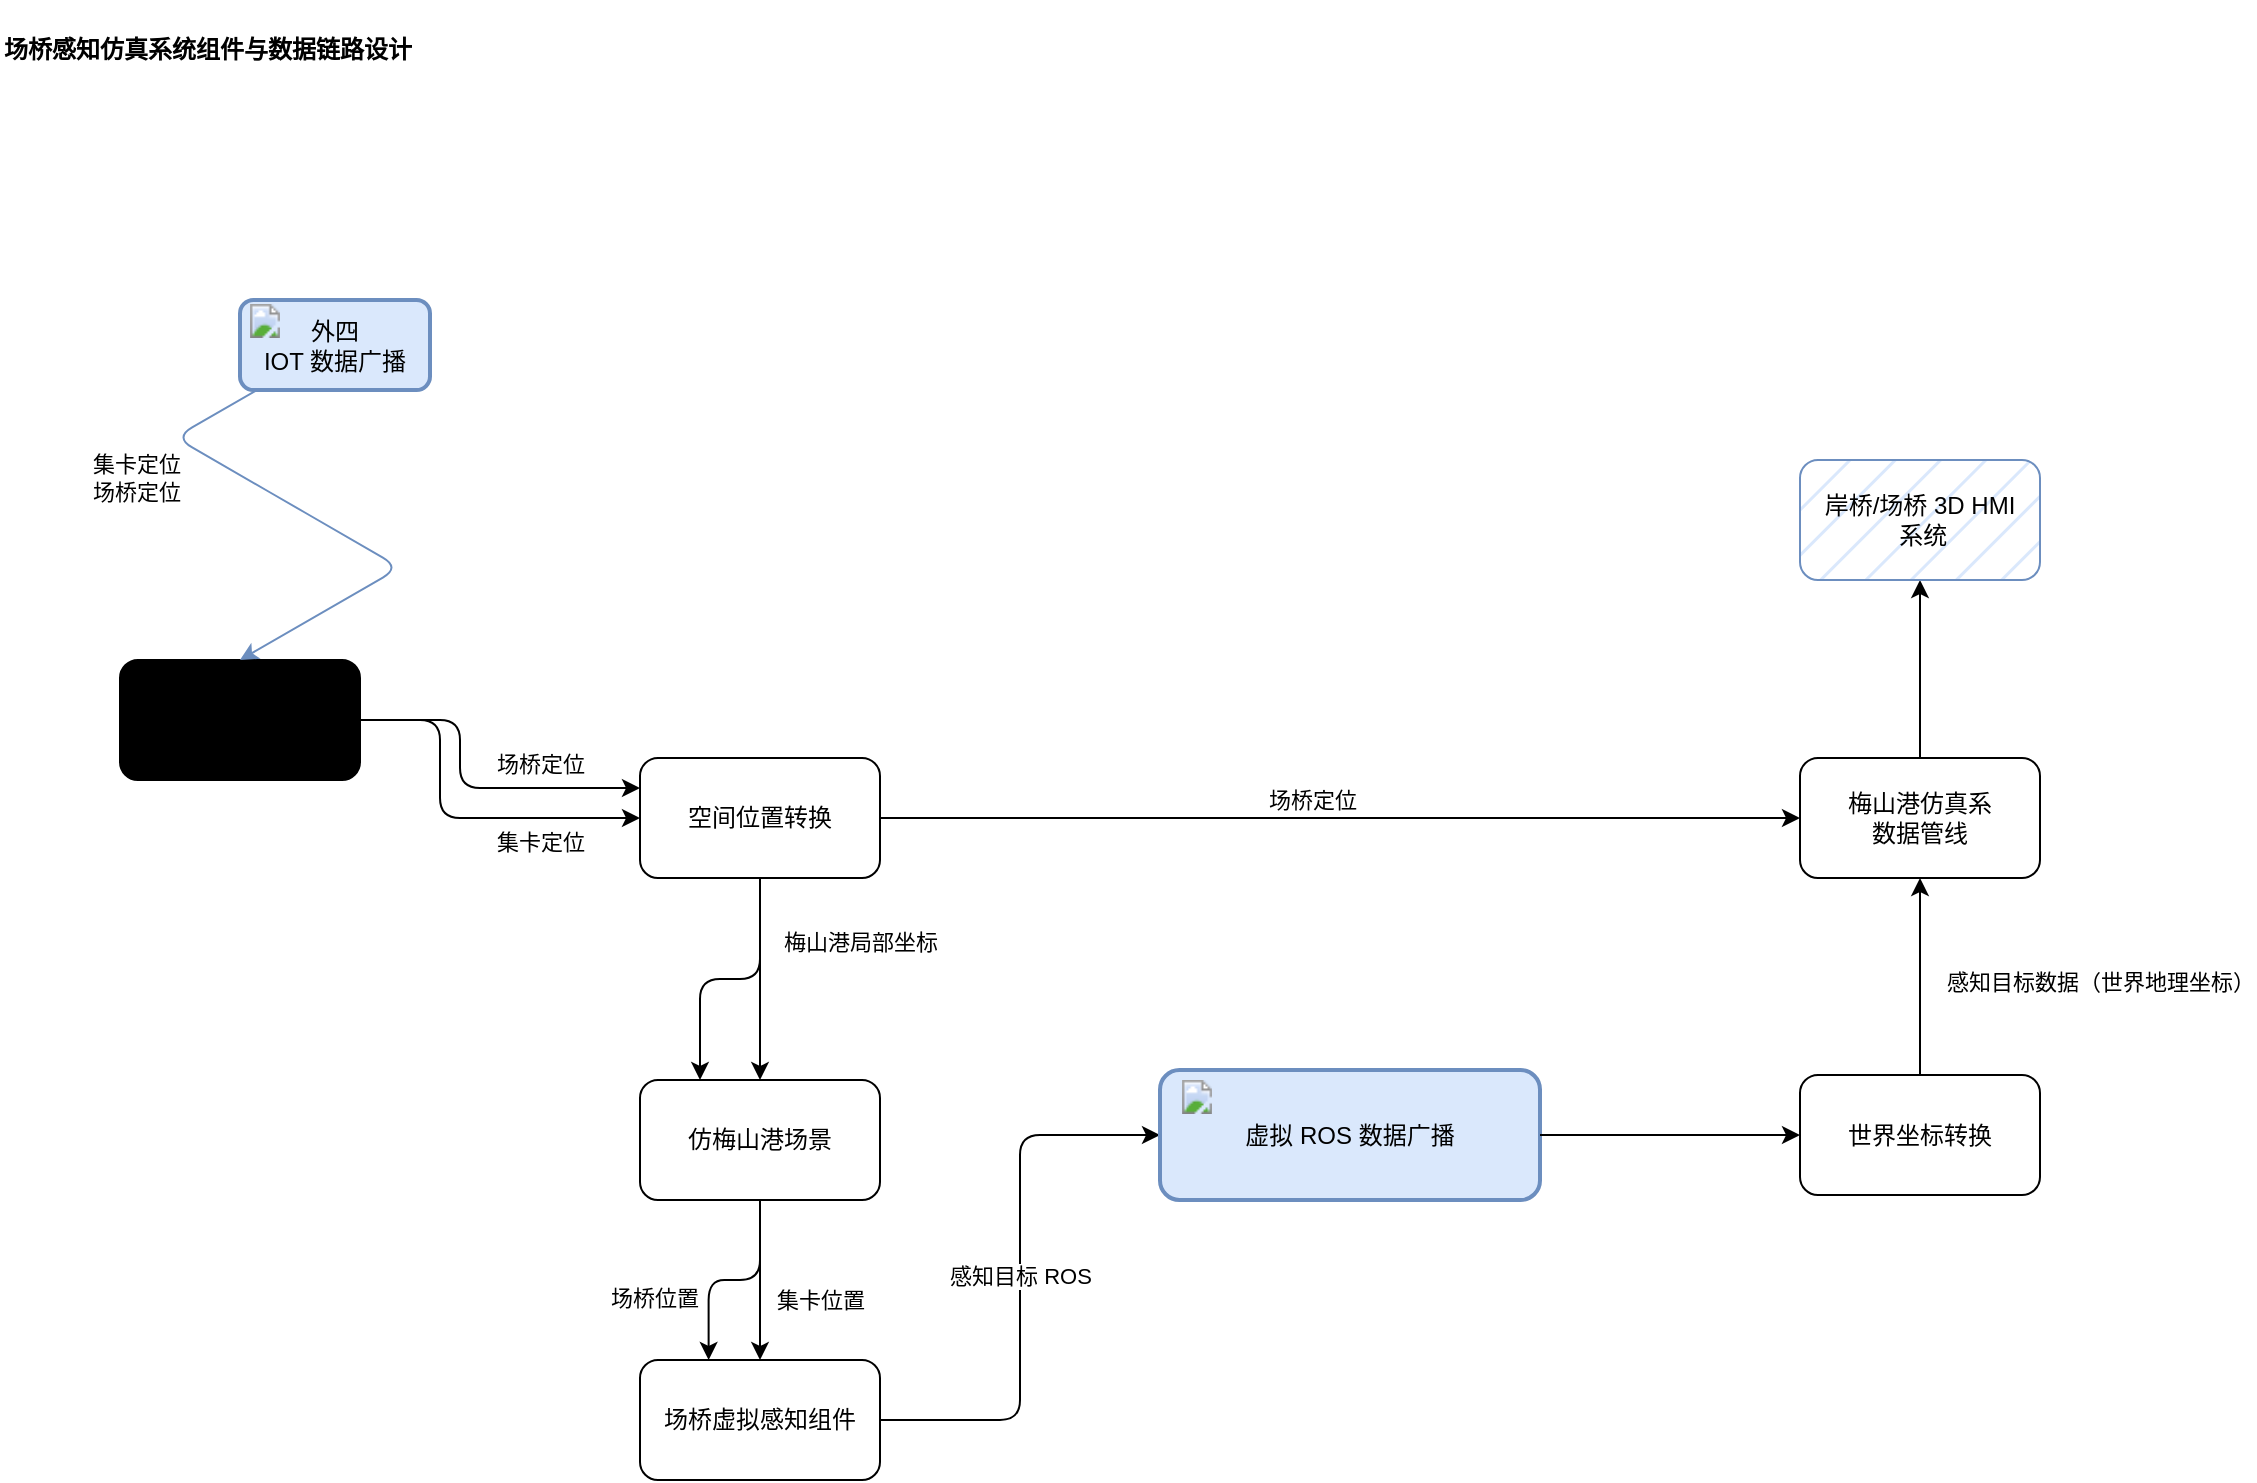
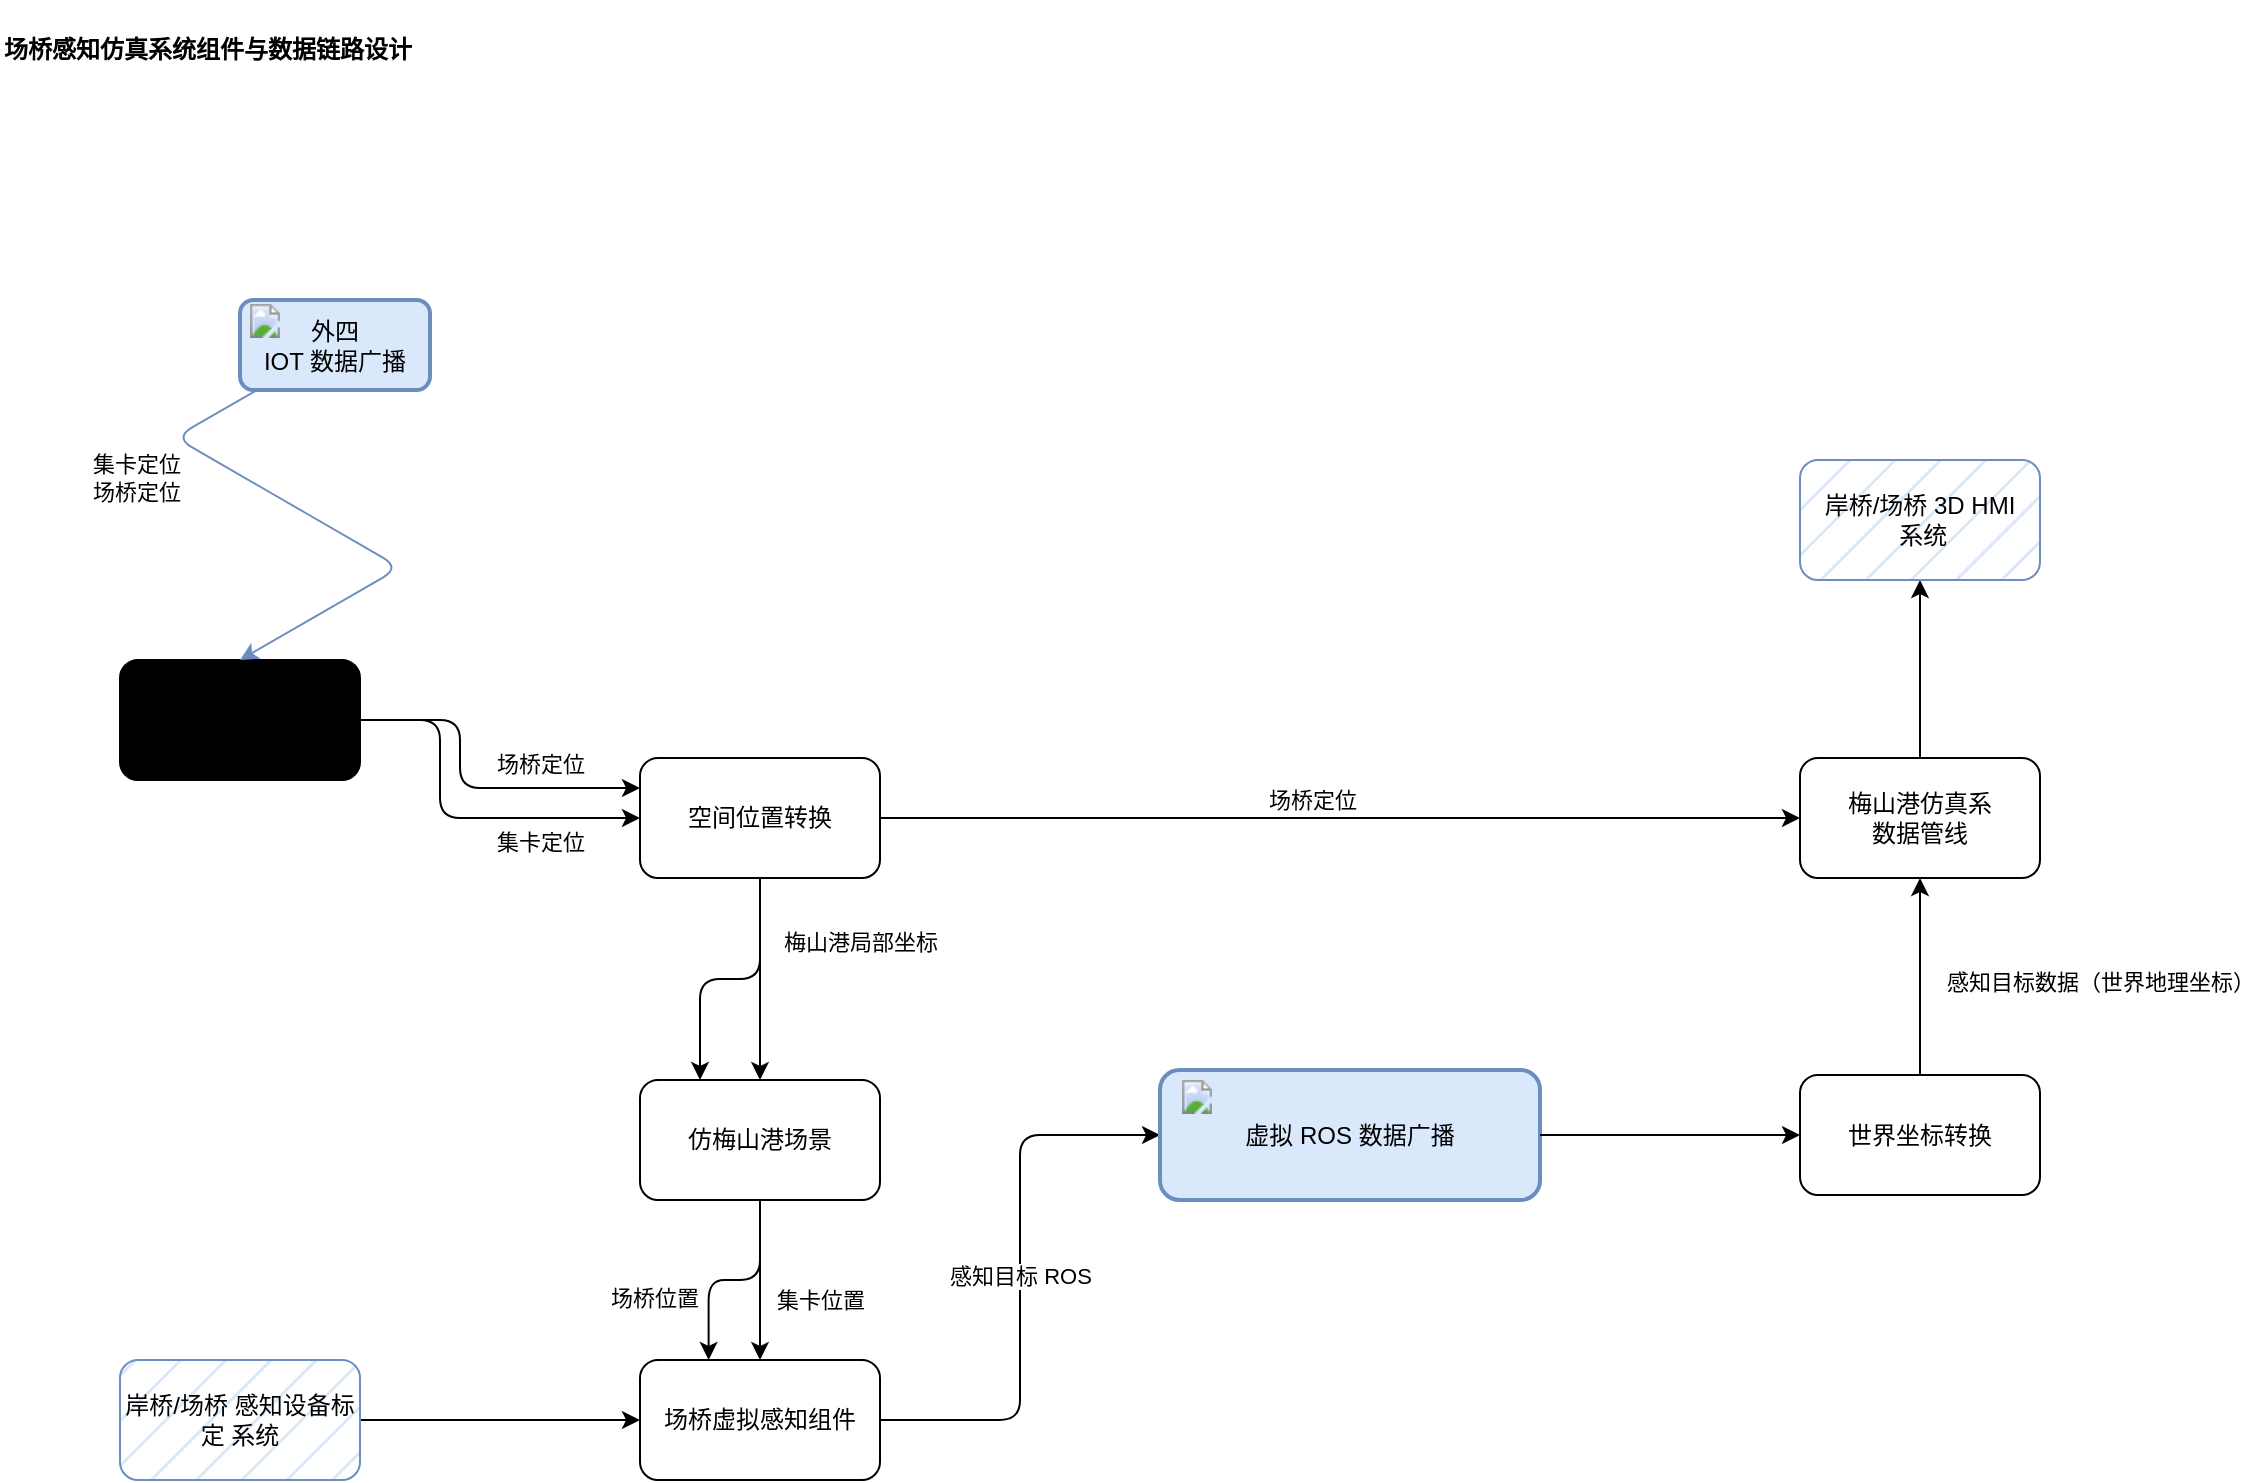
<mxfile host="app.diagrams.net">
  <diagram name="Page-1" id="BT0UFU37oAvm-0r1lB1w">
    <mxGraphModel dx="1672" dy="1820" grid="1" gridSize="7" guides="1" tooltips="1" connect="1" arrows="1" fold="1" page="1" pageScale="1" pageWidth="827" pageHeight="1169" math="0" shadow="0">
      <root>
        <mxCell id="0" />
        <mxCell id="1" parent="0" />
        <mxCell id="ZpX4doptbyCpLkaODE3u-4" edge="1" parent="1" source="ZpX4doptbyCpLkaODE3u-1" style="edgeStyle=orthogonalEdgeStyle;rounded=1;orthogonalLoop=1;jettySize=auto;html=1;entryX=0;entryY=0.25;entryDx=0;entryDy=0;exitX=1;exitY=0.5;exitDx=0;exitDy=0;curved=0;" target="ZpX4doptbyCpLkaODE3u-2">
          <mxGeometry relative="1" as="geometry">
            <Array as="points">
              <mxPoint x="250" y="250" />
              <mxPoint x="250" y="284" />
            </Array>
          </mxGeometry>
        </mxCell>
        <mxCell id="ZpX4doptbyCpLkaODE3u-37" connectable="0" parent="ZpX4doptbyCpLkaODE3u-4" style="edgeLabel;html=1;align=center;verticalAlign=middle;resizable=0;points=[];" value="场桥定位" vertex="1">
          <mxGeometry relative="1" x="0.3235" y="1" as="geometry">
            <mxPoint x="9" y="-11" as="offset" />
          </mxGeometry>
        </mxCell>
        <mxCell id="ZpX4doptbyCpLkaODE3u-13" edge="1" parent="1" source="ZpX4doptbyCpLkaODE3u-1" style="rounded=1;orthogonalLoop=1;jettySize=auto;html=1;exitX=1;exitY=0.5;exitDx=0;exitDy=0;entryX=0;entryY=0.5;entryDx=0;entryDy=0;edgeStyle=orthogonalEdgeStyle;" target="ZpX4doptbyCpLkaODE3u-2">
          <mxGeometry relative="1" as="geometry">
            <Array as="points">
              <mxPoint x="240" y="250" />
              <mxPoint x="240" y="299" />
            </Array>
            <mxPoint x="290" y="350" as="targetPoint" />
          </mxGeometry>
        </mxCell>
        <mxCell id="ZpX4doptbyCpLkaODE3u-27" connectable="0" parent="ZpX4doptbyCpLkaODE3u-13" style="edgeLabel;html=1;align=center;verticalAlign=middle;resizable=0;points=[];" value="集卡定位" vertex="1">
          <mxGeometry relative="1" x="-0.3281" y="-3" as="geometry">
            <mxPoint x="53" y="37" as="offset" />
          </mxGeometry>
        </mxCell>
        <mxCell id="ZpX4doptbyCpLkaODE3u-25" edge="1" parent="1" source="ZpX4doptbyCpLkaODE3u-2" style="rounded=1;orthogonalLoop=1;jettySize=auto;html=1;entryX=0;entryY=0.5;entryDx=0;entryDy=0;exitX=1;exitY=0.5;exitDx=0;exitDy=0;" target="ZpX4doptbyCpLkaODE3u-14">
          <mxGeometry relative="1" as="geometry" />
        </mxCell>
        <mxCell id="ZpX4doptbyCpLkaODE3u-26" connectable="0" parent="ZpX4doptbyCpLkaODE3u-25" style="edgeLabel;html=1;align=center;verticalAlign=middle;resizable=0;points=[];" value="场桥位置" vertex="1">
          <mxGeometry relative="1" x="-0.2229" y="3" as="geometry">
            <mxPoint x="-271" y="-9" as="offset" />
          </mxGeometry>
        </mxCell>
        <mxCell id="ZpX4doptbyCpLkaODE3u-38" connectable="0" parent="ZpX4doptbyCpLkaODE3u-25" style="edgeLabel;html=1;align=center;verticalAlign=middle;resizable=0;points=[];" value="场桥定位" vertex="1">
          <mxGeometry relative="1" x="-0.0609" y="2" as="geometry">
            <mxPoint y="-7" as="offset" />
          </mxGeometry>
        </mxCell>
        <mxCell id="ZpX4doptbyCpLkaODE3u-1" parent="1" style="rounded=1;whiteSpace=wrap;html=1;fillStyle=hatch;fillColor=light-dark(#FFFFFF,#4D4D4D);" value="外四数据管线" vertex="1">
          <mxGeometry height="60" width="120" x="80" y="220" as="geometry" />
        </mxCell>
        <mxCell id="ZpX4doptbyCpLkaODE3u-39" edge="1" parent="1" source="ZpX4doptbyCpLkaODE3u-2" style="edgeStyle=orthogonalEdgeStyle;rounded=1;orthogonalLoop=1;jettySize=auto;html=1;entryX=0.25;entryY=0;entryDx=0;entryDy=0;curved=0;" target="ZpX4doptbyCpLkaODE3u-3">
          <mxGeometry relative="1" as="geometry" />
        </mxCell>
        <mxCell id="ZpX4doptbyCpLkaODE3u-2" parent="1" style="rounded=1;whiteSpace=wrap;html=1;" value="空间位置转换" vertex="1">
          <mxGeometry height="60" width="120" x="340" y="269" as="geometry" />
        </mxCell>
        <mxCell id="ZpX4doptbyCpLkaODE3u-8" edge="1" parent="1" source="ZpX4doptbyCpLkaODE3u-3" style="edgeStyle=orthogonalEdgeStyle;rounded=0;orthogonalLoop=1;jettySize=auto;html=1;entryX=0.5;entryY=0;entryDx=0;entryDy=0;" target="ZpX4doptbyCpLkaODE3u-6">
          <mxGeometry relative="1" as="geometry" />
        </mxCell>
        <mxCell id="ZpX4doptbyCpLkaODE3u-32" connectable="0" parent="ZpX4doptbyCpLkaODE3u-8" style="edgeLabel;html=1;align=center;verticalAlign=middle;resizable=0;points=[];" value="集卡位置" vertex="1">
          <mxGeometry relative="1" x="-0.2964" y="-2" as="geometry">
            <mxPoint x="32" y="22" as="offset" />
          </mxGeometry>
        </mxCell>
        <mxCell id="ZpX4doptbyCpLkaODE3u-3" parent="1" style="rounded=1;whiteSpace=wrap;html=1;" value="仿梅山港场景" vertex="1">
          <mxGeometry height="60" width="120" x="340" y="430" as="geometry" />
        </mxCell>
        <mxCell id="ZpX4doptbyCpLkaODE3u-5" edge="1" parent="1" source="ZpX4doptbyCpLkaODE3u-2" style="edgeStyle=orthogonalEdgeStyle;rounded=0;orthogonalLoop=1;jettySize=auto;html=1;" target="ZpX4doptbyCpLkaODE3u-3">
          <mxGeometry relative="1" as="geometry" />
        </mxCell>
        <mxCell id="ZpX4doptbyCpLkaODE3u-31" connectable="0" parent="ZpX4doptbyCpLkaODE3u-5" style="edgeLabel;html=1;align=center;verticalAlign=middle;resizable=0;points=[];" value="梅山港局部坐标" vertex="1">
          <mxGeometry relative="1" x="-0.1629" y="-1" as="geometry">
            <mxPoint x="51" y="-11" as="offset" />
          </mxGeometry>
        </mxCell>
        <mxCell id="ZpX4doptbyCpLkaODE3u-10" edge="1" parent="1" source="ZpX4doptbyCpLkaODE3u-6" style="edgeStyle=orthogonalEdgeStyle;rounded=1;orthogonalLoop=1;jettySize=auto;html=1;entryX=0;entryY=0.5;entryDx=0;entryDy=0;curved=0;" target="ZpX4doptbyCpLkaODE3u-22">
          <mxGeometry relative="1" as="geometry">
            <mxPoint x="660" y="620" as="targetPoint" />
          </mxGeometry>
        </mxCell>
        <mxCell id="ZpX4doptbyCpLkaODE3u-16" connectable="0" parent="ZpX4doptbyCpLkaODE3u-10" style="edgeLabel;html=1;align=center;verticalAlign=middle;resizable=0;points=[];" value="感知目标 ROS" vertex="1">
          <mxGeometry relative="1" x="-0.1375" as="geometry">
            <mxPoint y="-20" as="offset" />
          </mxGeometry>
        </mxCell>
        <mxCell id="ZpX4doptbyCpLkaODE3u-6" parent="1" style="rounded=1;whiteSpace=wrap;html=1;" value="场桥虚拟感知组件" vertex="1">
          <mxGeometry height="60" width="120" x="340" y="570" as="geometry" />
        </mxCell>
        <mxCell id="ZpX4doptbyCpLkaODE3u-15" edge="1" parent="1" source="ZpX4doptbyCpLkaODE3u-11" style="edgeStyle=orthogonalEdgeStyle;rounded=0;orthogonalLoop=1;jettySize=auto;html=1;entryX=0.5;entryY=1;entryDx=0;entryDy=0;" target="ZpX4doptbyCpLkaODE3u-14">
          <mxGeometry relative="1" as="geometry" />
        </mxCell>
        <mxCell id="ZpX4doptbyCpLkaODE3u-17" connectable="0" parent="ZpX4doptbyCpLkaODE3u-15" style="edgeLabel;html=1;align=center;verticalAlign=middle;resizable=0;points=[];" value="感知目标数据（世界地理坐标）" vertex="1">
          <mxGeometry relative="1" x="0.16" y="2" as="geometry">
            <mxPoint x="92" y="10" as="offset" />
          </mxGeometry>
        </mxCell>
        <mxCell id="ZpX4doptbyCpLkaODE3u-11" parent="1" style="rounded=1;whiteSpace=wrap;html=1;" value="世界坐标转换" vertex="1">
          <mxGeometry height="60" width="120" x="920" y="427.5" as="geometry" />
        </mxCell>
        <mxCell id="ZpX4doptbyCpLkaODE3u-42" edge="1" parent="1" source="ZpX4doptbyCpLkaODE3u-14" style="edgeStyle=orthogonalEdgeStyle;rounded=0;orthogonalLoop=1;jettySize=auto;html=1;entryX=0.5;entryY=1;entryDx=0;entryDy=0;" target="ZpX4doptbyCpLkaODE3u-41">
          <mxGeometry relative="1" as="geometry" />
        </mxCell>
        <mxCell id="ZpX4doptbyCpLkaODE3u-14" parent="1" style="rounded=1;whiteSpace=wrap;html=1;" value="梅山港仿真系&lt;div&gt;数据管线&lt;/div&gt;" vertex="1">
          <mxGeometry height="60" width="120" x="920" y="269" as="geometry" />
        </mxCell>
        <mxCell id="ZpX4doptbyCpLkaODE3u-22" parent="1" style="rounded=1;whiteSpace=wrap;html=1;strokeColor=#6c8ebf;fillStyle=auto;fillColor=#dae8fc;strokeWidth=2;" value="虚拟 ROS 数据广播" vertex="1">
          <mxGeometry height="65" width="190" x="600" y="425" as="geometry" />
        </mxCell>
        <mxCell id="ZpX4doptbyCpLkaODE3u-23" parent="1" style="image;aspect=fixed;html=1;points=[];align=center;fontSize=12;image=img/lib/dynamics365/ProductVisualize.svg;" value="" vertex="1">
          <mxGeometry height="17" width="17" x="610" y="430" as="geometry" />
        </mxCell>
        <mxCell id="ZpX4doptbyCpLkaODE3u-24" edge="1" parent="1" source="ZpX4doptbyCpLkaODE3u-22" style="rounded=0;orthogonalLoop=1;jettySize=auto;html=1;" target="ZpX4doptbyCpLkaODE3u-11">
          <mxGeometry relative="1" as="geometry">
            <mxPoint x="930" y="457" as="targetPoint" />
          </mxGeometry>
        </mxCell>
        <mxCell id="ZpX4doptbyCpLkaODE3u-30" edge="1" parent="1" source="ZpX4doptbyCpLkaODE3u-28" style="edgeStyle=isometricEdgeStyle;rounded=1;orthogonalLoop=1;jettySize=auto;html=1;entryX=0.5;entryY=0;entryDx=0;entryDy=0;fillColor=#dae8fc;strokeColor=#6c8ebf;" target="ZpX4doptbyCpLkaODE3u-1">
          <mxGeometry relative="1" as="geometry" />
        </mxCell>
        <mxCell id="ZpX4doptbyCpLkaODE3u-35" connectable="0" parent="ZpX4doptbyCpLkaODE3u-30" style="edgeLabel;html=1;align=center;verticalAlign=middle;resizable=0;points=[];" value="集卡定位&lt;div&gt;场桥定位&lt;/div&gt;" vertex="1">
          <mxGeometry relative="1" x="-0.3351" y="2" as="geometry">
            <mxPoint x="-58" as="offset" />
          </mxGeometry>
        </mxCell>
        <mxCell id="ZpX4doptbyCpLkaODE3u-28" parent="1" style="rounded=1;whiteSpace=wrap;html=1;strokeColor=#6c8ebf;fillStyle=auto;fillColor=#dae8fc;strokeWidth=2;" value="外四&lt;br&gt;IOT 数据广播" vertex="1">
          <mxGeometry height="45" width="95" x="140" y="40" as="geometry" />
        </mxCell>
        <mxCell id="ZpX4doptbyCpLkaODE3u-29" parent="1" style="image;aspect=fixed;html=1;points=[];align=center;fontSize=12;image=img/lib/dynamics365/ProductVisualize.svg;" value="" vertex="1">
          <mxGeometry height="17" width="17" x="144" y="42" as="geometry" />
        </mxCell>
        <mxCell id="ZpX4doptbyCpLkaODE3u-33" edge="1" parent="1" source="ZpX4doptbyCpLkaODE3u-3" style="edgeStyle=orthogonalEdgeStyle;rounded=1;orthogonalLoop=1;jettySize=auto;html=1;entryX=0.286;entryY=0;entryDx=0;entryDy=0;entryPerimeter=0;curved=0;" target="ZpX4doptbyCpLkaODE3u-6">
          <mxGeometry relative="1" as="geometry" />
        </mxCell>
        <mxCell id="ZpX4doptbyCpLkaODE3u-34" connectable="0" parent="1" style="edgeLabel;html=1;align=center;verticalAlign=middle;resizable=0;points=[];" value="场桥位置" vertex="1">
          <mxGeometry x="350" y="540" as="geometry">
            <mxPoint x="-3" y="-1" as="offset" />
          </mxGeometry>
        </mxCell>
        <mxCell id="ZpX4doptbyCpLkaODE3u-40" parent="1" style="text;html=1;whiteSpace=wrap;overflow=hidden;rounded=0;" value="&lt;h1 style=&quot;margin-top: 0px;&quot;&gt;&lt;span style=&quot;font-size: 12px;&quot;&gt;场桥感知仿真系统组件与数据链路设计&lt;/span&gt;&lt;/h1&gt;" vertex="1">
          <mxGeometry height="40" width="260" x="20" y="-110" as="geometry" />
        </mxCell>
        <mxCell id="ZpX4doptbyCpLkaODE3u-41" parent="1" style="rounded=1;whiteSpace=wrap;html=1;fillStyle=hatch;fillColor=#dae8fc;strokeColor=#6c8ebf;" value="岸桥/场桥 3D HMI&lt;div&gt;&amp;nbsp;系统&lt;/div&gt;" vertex="1">
          <mxGeometry height="60" width="120" x="920" y="120" as="geometry" />
        </mxCell>
+         <mxCell id="ZpX4doptbyCpLkaODE3u-44" edge="1" parent="1" source="ZpX4doptbyCpLkaODE3u-43" style="edgeStyle=orthogonalEdgeStyle;rounded=0;orthogonalLoop=1;jettySize=auto;html=1;entryX=0;entryY=0.5;entryDx=0;entryDy=0;" target="ZpX4doptbyCpLkaODE3u-6">
+           <mxGeometry relative="1" as="geometry" />
+         </mxCell>
+         <mxCell id="ZpX4doptbyCpLkaODE3u-43" parent="1" style="rounded=1;whiteSpace=wrap;html=1;fillStyle=hatch;fillColor=#dae8fc;strokeColor=#6c8ebf;" value="岸桥/场桥 感知设备标定&lt;span style=&quot;background-color: transparent; color: light-dark(rgb(0, 0, 0), rgb(255, 255, 255));&quot;&gt;&amp;nbsp;系统&lt;/span&gt;" vertex="1">
+           <mxGeometry height="60" width="120" x="80" y="570" as="geometry" />
+         </mxCell>
      </root>
    </mxGraphModel>
  </diagram>
</mxfile>
